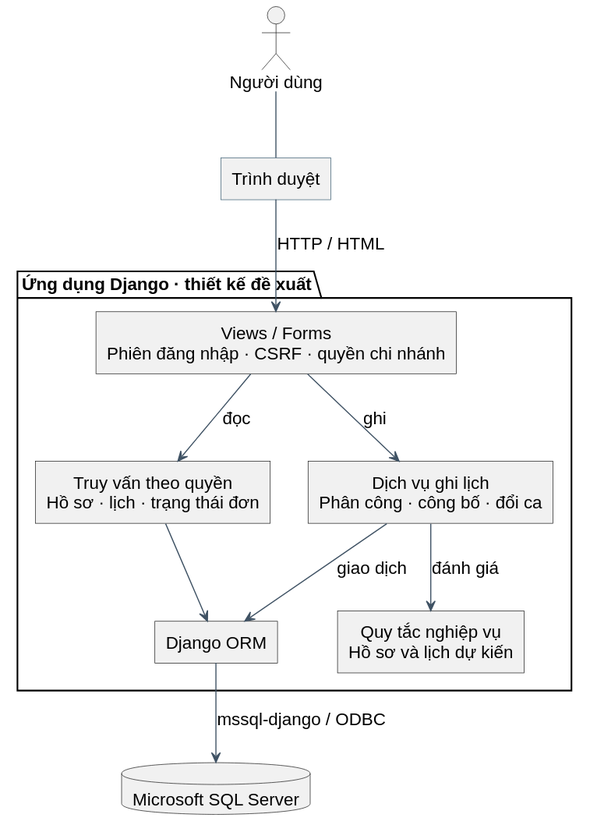
This is HO_SO_DT05/diagram_bao_cao/04_kien_truc.svg from hn69969669/TTCN_DT05_HoSoNV-SXepCa, a PlantUML export, as it was before one commit. Source of this version:
```plantuml
@startuml
skinparam backgroundColor white
skinparam defaultFontName Arial
skinparam defaultFontSize 16
skinparam shadowing false
skinparam ArrowColor #3F5264
skinparam defaultTextAlignment center
skinparam roundCorner 0
skinparam monochrome false
skinparam usecaseBackgroundColor #EFF5F8
skinparam usecaseBorderColor #385B70
skinparam rectangleBorderColor #385B70
skinparam componentStyle rectangle
skinparam classAttributeIconSize 0
top to bottom direction
actor "Người dùng" as U
rectangle "Trình duyệt" as Browser
package "Ứng dụng Django · thiết kế đề xuất" {
  component "Views / Forms\nPhiên đăng nhập · CSRF · quyền chi nhánh" as Web
  component "Truy vấn theo quyền\nHồ sơ · lịch · trạng thái đơn" as Read
  component "Dịch vụ ghi lịch\nPhân công · công bố · đổi ca" as Write
  component "Quy tắc nghiệp vụ\nHồ sơ và lịch dự kiến" as Rule
  component "Django ORM" as ORM
}
database "Microsoft SQL Server" as DB
U -- Browser
Browser --> Web : HTTP / HTML
Web --> Read : đọc
Web --> Write : ghi
Write --> Rule : đánh giá
Read --> ORM
Write --> ORM : giao dịch
ORM --> DB : mssql-django / ODBC
@enduml
```
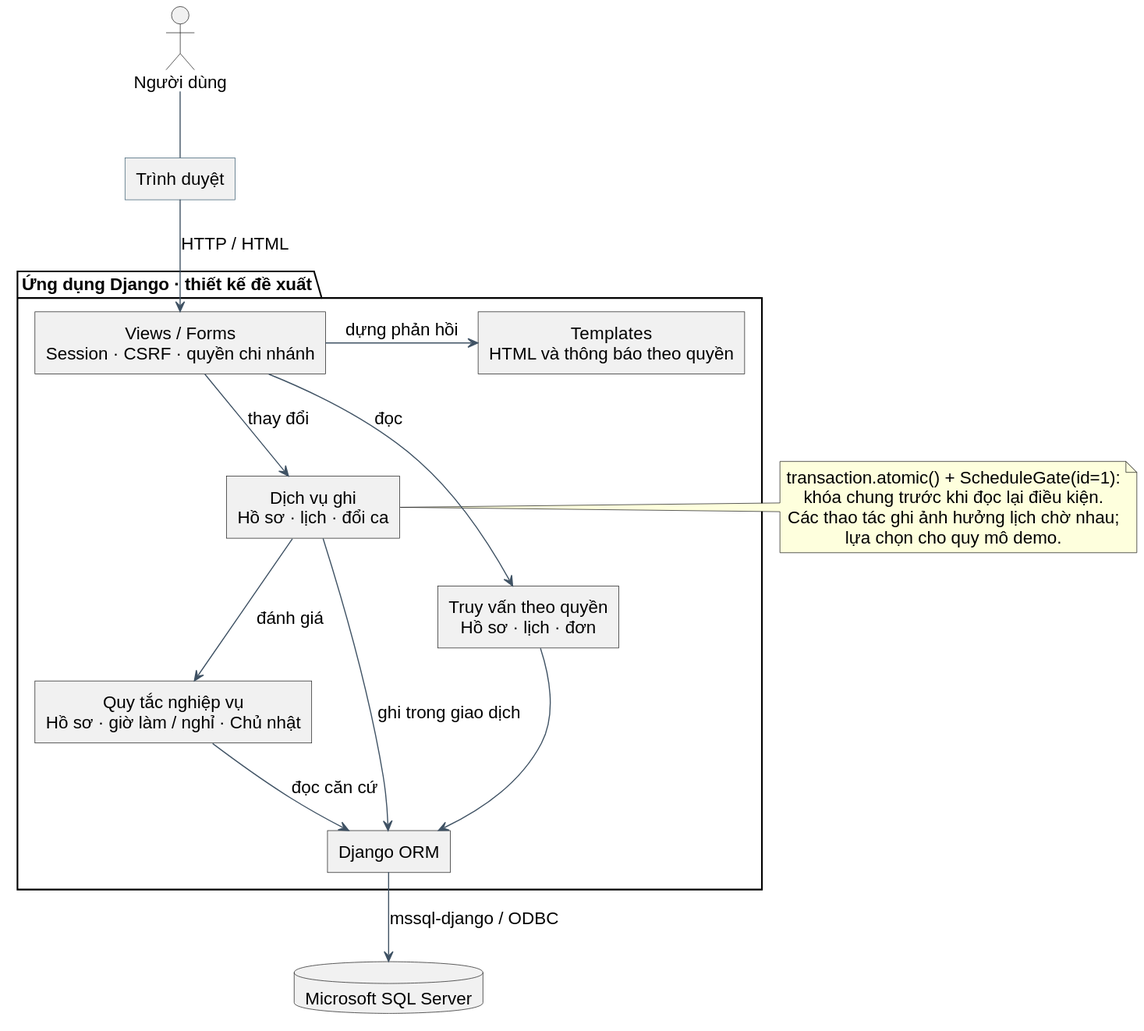
The same diagram one commit later.

The edit, as a diff of the source:
```diff
@@ -6,29 +6,41 @@
 skinparam ArrowColor #3F5264
 skinparam defaultTextAlignment center
 skinparam roundCorner 0
-skinparam monochrome false
 skinparam usecaseBackgroundColor #EFF5F8
 skinparam usecaseBorderColor #385B70
 skinparam rectangleBorderColor #385B70
 skinparam componentStyle rectangle
 skinparam classAttributeIconSize 0
+skinparam activityBackgroundColor #EFF5F8
+skinparam activityBorderColor #385B70
+skinparam stateBackgroundColor #EFF5F8
+skinparam stateBorderColor #385B70
 top to bottom direction
 actor "Người dùng" as U
 rectangle "Trình duyệt" as Browser
 package "Ứng dụng Django · thiết kế đề xuất" {
-  component "Views / Forms\nPhiên đăng nhập · CSRF · quyền chi nhánh" as Web
-  component "Truy vấn theo quyền\nHồ sơ · lịch · trạng thái đơn" as Read
-  component "Dịch vụ ghi lịch\nPhân công · công bố · đổi ca" as Write
-  component "Quy tắc nghiệp vụ\nHồ sơ và lịch dự kiến" as Rule
+  component "Views / Forms\nSession · CSRF · quyền chi nhánh" as Web
+  component "Truy vấn theo quyền\nHồ sơ · lịch · đơn" as Read
+  component "Dịch vụ ghi\nHồ sơ · lịch · đổi ca" as Write
+  component "Quy tắc nghiệp vụ\nHồ sơ · giờ làm / nghỉ · Chủ nhật" as Rule
   component "Django ORM" as ORM
+  component "Templates\nHTML và thông báo theo quyền" as HTML
 }
 database "Microsoft SQL Server" as DB
-U -- Browser
-Browser --> Web : HTTP / HTML
+U -down- Browser
+Browser -down-> Web : HTTP / HTML
 Web --> Read : đọc
-Web --> Write : ghi
+Web --> Write : thay đổi
 Write --> Rule : đánh giá
 Read --> ORM
-Write --> ORM : giao dịch
+Rule --> ORM : đọc căn cứ
+Write --> ORM : ghi trong giao dịch
 ORM --> DB : mssql-django / ODBC
+Web -right-> HTML : dựng phản hồi
+note right of Write
+  transaction.atomic() + ScheduleGate(id=1):
+  khóa chung trước khi đọc lại điều kiện.
+  Các thao tác ghi ảnh hưởng lịch chờ nhau;
+  lựa chọn cho quy mô demo.
+end note
 @enduml
```
